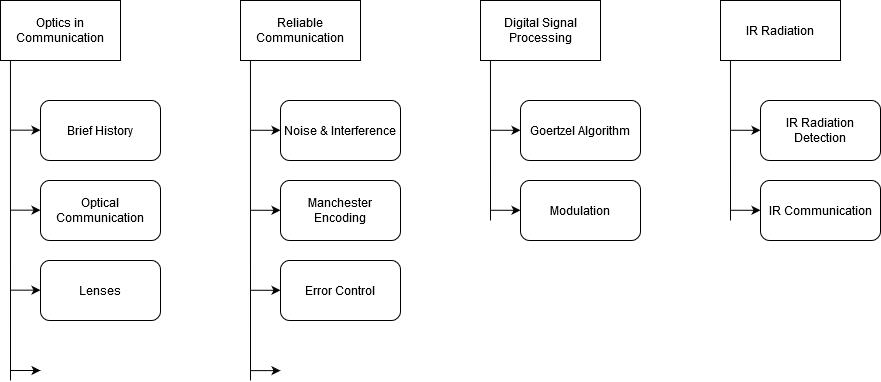
Before: figures/litreview/litreview_overview.png, a diagram exported from draw.io (wylieza/thesis). Source tidied: cells renumbered, new cells last; positions are measured from the earlier drawing's top-left corner, leaving out a move shared by most shapes.
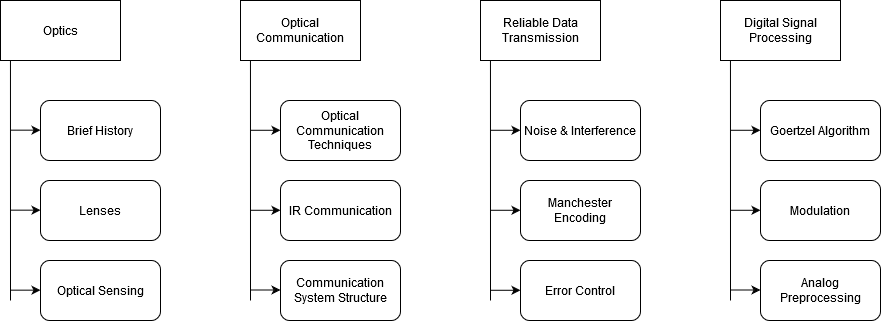
Later version of the same file.

The edit, as a diff of the source:
```diff
@@ -2,29 +2,29 @@
   <root>
     <mxCell id="0" />
     <mxCell id="1" parent="0" />
-    <mxCell id="2" value="Optics in Communication" style="rounded=0;whiteSpace=wrap;html=1;" parent="1" vertex="1">
-      <mxGeometry width="120" height="60" as="geometry" />
+    <mxCell id="2" value="Optics" style="rounded=0;whiteSpace=wrap;html=1;" parent="1" vertex="1">
+      <mxGeometry x="-240" width="120" height="60" as="geometry" />
     </mxCell>
-    <mxCell id="3" value="Reliable Communication" style="rounded=0;whiteSpace=wrap;html=1;" parent="1" vertex="1">
+    <mxCell id="3" value="Reliable Data Transmission" style="rounded=0;whiteSpace=wrap;html=1;" parent="1" vertex="1">
       <mxGeometry x="240" width="120" height="60" as="geometry" />
     </mxCell>
     <mxCell id="4" value="Digital Signal Processing" style="rounded=0;whiteSpace=wrap;html=1;" parent="1" vertex="1">
       <mxGeometry x="480" width="120" height="60" as="geometry" />
     </mxCell>
-    <mxCell id="5" value="IR Radiation" style="rounded=0;whiteSpace=wrap;html=1;" parent="1" vertex="1">
-      <mxGeometry x="720" width="120" height="60" as="geometry" />
+    <mxCell id="5" value="Optical Communication" style="rounded=0;whiteSpace=wrap;html=1;" parent="1" vertex="1">
+      <mxGeometry width="120" height="60" as="geometry" />
     </mxCell>
     <mxCell id="6" value="Brief History" style="rounded=1;whiteSpace=wrap;html=1;" parent="1" vertex="1">
-      <mxGeometry x="40" y="100" width="120" height="60" as="geometry" />
+      <mxGeometry x="-200" y="100" width="120" height="60" as="geometry" />
     </mxCell>
-    <mxCell id="7" value="Optical Communication" style="rounded=1;whiteSpace=wrap;html=1;" parent="1" vertex="1">
-      <mxGeometry x="40" y="180" width="120" height="60" as="geometry" />
+    <mxCell id="7" value="Optical Communication Techniques" style="rounded=1;whiteSpace=wrap;html=1;" parent="1" vertex="1">
+      <mxGeometry x="40" y="100" width="120" height="60" as="geometry" />
     </mxCell>
     <mxCell id="8" value="Lenses" style="rounded=1;whiteSpace=wrap;html=1;" parent="1" vertex="1">
-      <mxGeometry x="40" y="260" width="120" height="60" as="geometry" />
+      <mxGeometry x="-200" y="180" width="120" height="60" as="geometry" />
     </mxCell>
     <mxCell id="9" value="IR Communication" style="rounded=1;whiteSpace=wrap;html=1;" parent="1" vertex="1">
-      <mxGeometry x="760" y="180" width="120" height="60" as="geometry" />
+      <mxGeometry x="40" y="180" width="120" height="60" as="geometry" />
     </mxCell>
     <mxCell id="10" value="Noise &amp;amp; Interference" style="rounded=1;whiteSpace=wrap;html=1;" parent="1" vertex="1">
       <mxGeometry x="280" y="100" width="120" height="60" as="geometry" />
@@ -41,48 +41,39 @@
     <mxCell id="14" value="Goertzel Algorithm" style="rounded=1;whiteSpace=wrap;html=1;" parent="1" vertex="1">
       <mxGeometry x="520" y="100" width="120" height="60" as="geometry" />
     </mxCell>
-    <mxCell id="15" value="IR Radiation Detection" style="rounded=1;whiteSpace=wrap;html=1;" parent="1" vertex="1">
-      <mxGeometry x="760" y="100" width="120" height="60" as="geometry" />
-    </mxCell>
     <mxCell id="16" style="endArrow=none;html=1;entryX=0.083;entryY=0.998;entryDx=0;entryDy=0;entryPerimeter=0;" parent="1" edge="1" target="2">
       <mxGeometry relative="1" as="geometry">
-        <mxPoint x="10" y="380" as="sourcePoint" />
+        <mxPoint x="-230" y="300" as="sourcePoint" />
       </mxGeometry>
     </mxCell>
-    <mxCell id="17" style="endArrow=classic;html=1;" parent="1" edge="1">
-      <mxGeometry relative="1" as="geometry">
-        <mxPoint x="10" y="370" as="sourcePoint" />
-        <mxPoint x="40" y="370" as="targetPoint" />
-      </mxGeometry>
-    </mxCell>
     <mxCell id="18" style="endArrow=classic;html=1;entryX=0;entryY=0.5;entryDx=0;entryDy=0;" parent="1" edge="1">
       <mxGeometry relative="1" as="geometry">
-        <mxPoint x="10" y="289.7" as="sourcePoint" />
-        <mxPoint x="40" y="289.7" as="targetPoint" />
+        <mxPoint x="-230" y="289.7" as="sourcePoint" />
+        <mxPoint x="-200" y="289.7" as="targetPoint" />
       </mxGeometry>
     </mxCell>
     <mxCell id="19" style="endArrow=classic;html=1;entryX=0;entryY=0.5;entryDx=0;entryDy=0;" parent="1" edge="1">
       <mxGeometry relative="1" as="geometry">
-        <mxPoint x="10" y="209.7" as="sourcePoint" />
-        <mxPoint x="40" y="209.7" as="targetPoint" />
+        <mxPoint x="-230" y="209.7" as="sourcePoint" />
+        <mxPoint x="-200" y="209.7" as="targetPoint" />
       </mxGeometry>
     </mxCell>
     <mxCell id="20" style="endArrow=classic;html=1;entryX=0;entryY=0.5;entryDx=0;entryDy=0;" parent="1" edge="1">
       <mxGeometry relative="1" as="geometry">
-        <mxPoint x="10" y="129.7" as="sourcePoint" />
-        <mxPoint x="40" y="129.7" as="targetPoint" />
+        <mxPoint x="-230" y="129.7" as="sourcePoint" />
+        <mxPoint x="-200" y="129.7" as="targetPoint" />
       </mxGeometry>
     </mxCell>
     <mxCell id="21" style="endArrow=none;html=1;entryX=0.083;entryY=0.998;entryDx=0;entryDy=0;entryPerimeter=0;" parent="1" edge="1">
       <mxGeometry relative="1" as="geometry">
-        <mxPoint x="250" y="380" as="sourcePoint" />
+        <mxPoint x="250" y="300" as="sourcePoint" />
         <mxPoint x="250" y="60" as="targetPoint" />
       </mxGeometry>
     </mxCell>
     <mxCell id="22" style="endArrow=classic;html=1;entryX=0;entryY=0.5;entryDx=0;entryDy=0;" parent="1" edge="1">
       <mxGeometry relative="1" as="geometry">
-        <mxPoint x="250" y="370.1" as="sourcePoint" />
-        <mxPoint x="280" y="370.1" as="targetPoint" />
+        <mxPoint x="10" y="289.5" as="sourcePoint" />
+        <mxPoint x="40" y="289.5" as="targetPoint" />
       </mxGeometry>
     </mxCell>
     <mxCell id="23" style="endArrow=classic;html=1;entryX=0;entryY=0.5;entryDx=0;entryDy=0;" parent="1" edge="1">
@@ -105,7 +96,7 @@
     </mxCell>
     <mxCell id="26" style="endArrow=none;html=1;entryX=0.083;entryY=0.998;entryDx=0;entryDy=0;entryPerimeter=0;" parent="1" edge="1">
       <mxGeometry relative="1" as="geometry">
-        <mxPoint x="490" y="220" as="sourcePoint" />
+        <mxPoint x="490" y="300" as="sourcePoint" />
         <mxPoint x="490" y="60" as="targetPoint" />
       </mxGeometry>
     </mxCell>
@@ -123,21 +114,36 @@
     </mxCell>
     <mxCell id="29" style="endArrow=none;html=1;entryX=0.083;entryY=0.998;entryDx=0;entryDy=0;entryPerimeter=0;" parent="1" edge="1">
       <mxGeometry relative="1" as="geometry">
-        <mxPoint x="730" y="220" as="sourcePoint" />
-        <mxPoint x="730" y="60" as="targetPoint" />
+        <mxPoint x="10" y="300" as="sourcePoint" />
+        <mxPoint x="10" y="60" as="targetPoint" />
       </mxGeometry>
     </mxCell>
     <mxCell id="30" style="endArrow=classic;html=1;entryX=0;entryY=0.5;entryDx=0;entryDy=0;" parent="1" edge="1">
       <mxGeometry relative="1" as="geometry">
-        <mxPoint x="730" y="209.8" as="sourcePoint" />
-        <mxPoint x="760" y="209.8" as="targetPoint" />
+        <mxPoint x="10" y="209.8" as="sourcePoint" />
+        <mxPoint x="40" y="209.8" as="targetPoint" />
       </mxGeometry>
     </mxCell>
     <mxCell id="31" style="endArrow=classic;html=1;entryX=0;entryY=0.5;entryDx=0;entryDy=0;" parent="1" edge="1">
       <mxGeometry relative="1" as="geometry">
-        <mxPoint x="730" y="129.8" as="sourcePoint" />
-        <mxPoint x="760" y="129.8" as="targetPoint" />
+        <mxPoint x="10" y="129.8" as="sourcePoint" />
+        <mxPoint x="40" y="129.8" as="targetPoint" />
       </mxGeometry>
     </mxCell>
+    <mxCell id="32" value="Optical Sensing" style="rounded=1;whiteSpace=wrap;html=1;" parent="1" vertex="1">
+      <mxGeometry x="-200" y="260" width="120" height="60" as="geometry" />
+    </mxCell>
+    <mxCell id="33" value="&lt;div&gt;Analog&lt;/div&gt;&lt;div&gt;Preprocessing&lt;/div&gt;" style="rounded=1;whiteSpace=wrap;html=1;" parent="1" vertex="1">
+      <mxGeometry x="520" y="260" width="120" height="60" as="geometry" />
+    </mxCell>
+    <mxCell id="34" value="Communication System Structure" style="rounded=1;whiteSpace=wrap;html=1;" parent="1" vertex="1">
+      <mxGeometry x="40" y="260" width="120" height="60" as="geometry" />
+    </mxCell>
+    <mxCell id="35" style="endArrow=classic;html=1;entryX=0;entryY=0.5;entryDx=0;entryDy=0;" parent="1" edge="1">
+      <mxGeometry relative="1" as="geometry">
+        <mxPoint x="490" y="289.5" as="sourcePoint" />
+        <mxPoint x="520" y="289.5" as="targetPoint" />
+      </mxGeometry>
+    </mxCell>
   </root>
 </mxGraphModel>
```
